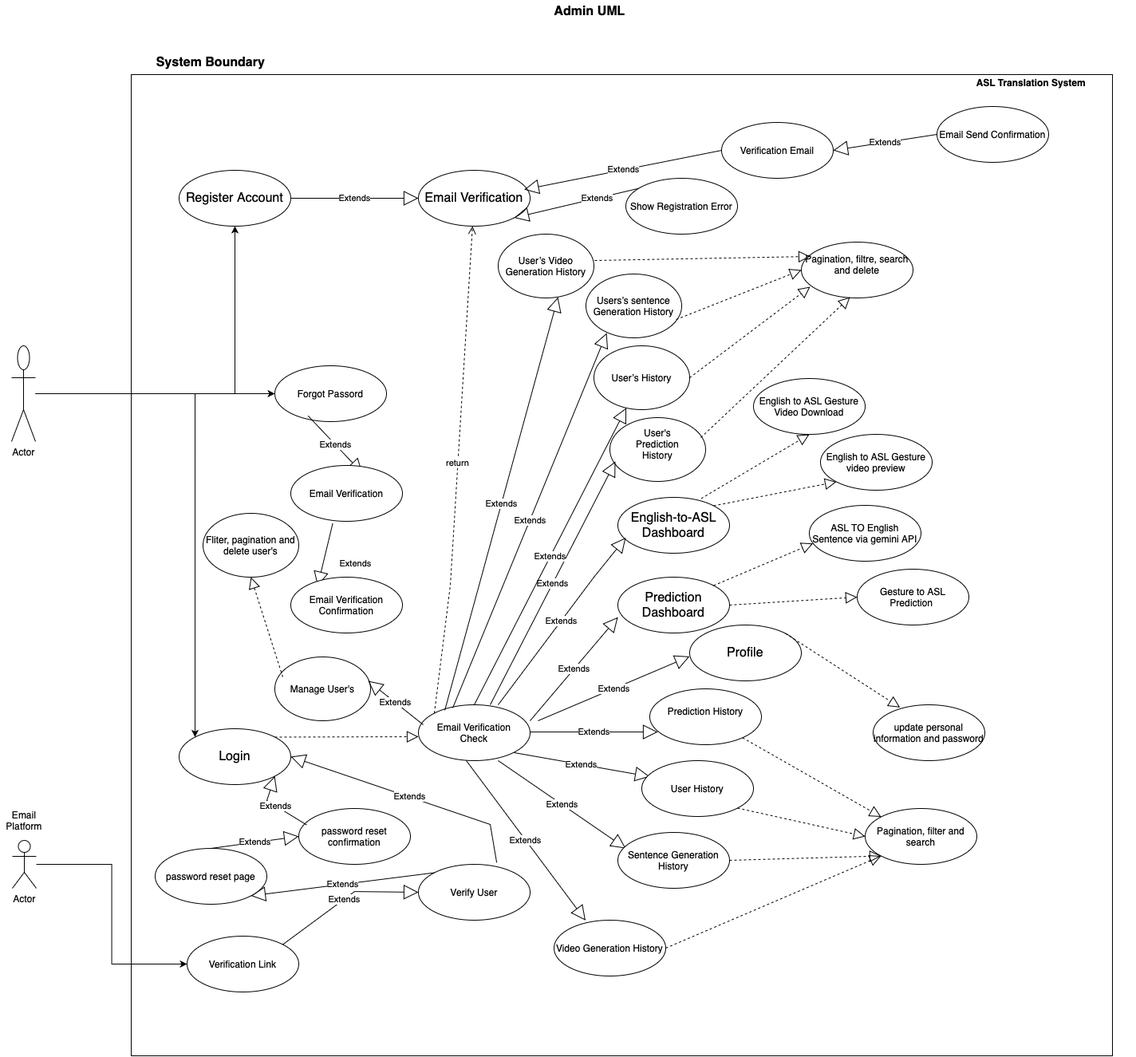
Above: Use Case Diagram/asl_admin_use_case.png in bsameer12/Production_Project_Final_Year (draw.io), before the change. Source tidied: cells renumbered, new cells last; positions are measured from the earlier drawing's top-left corner, leaving out a move shared by most shapes.
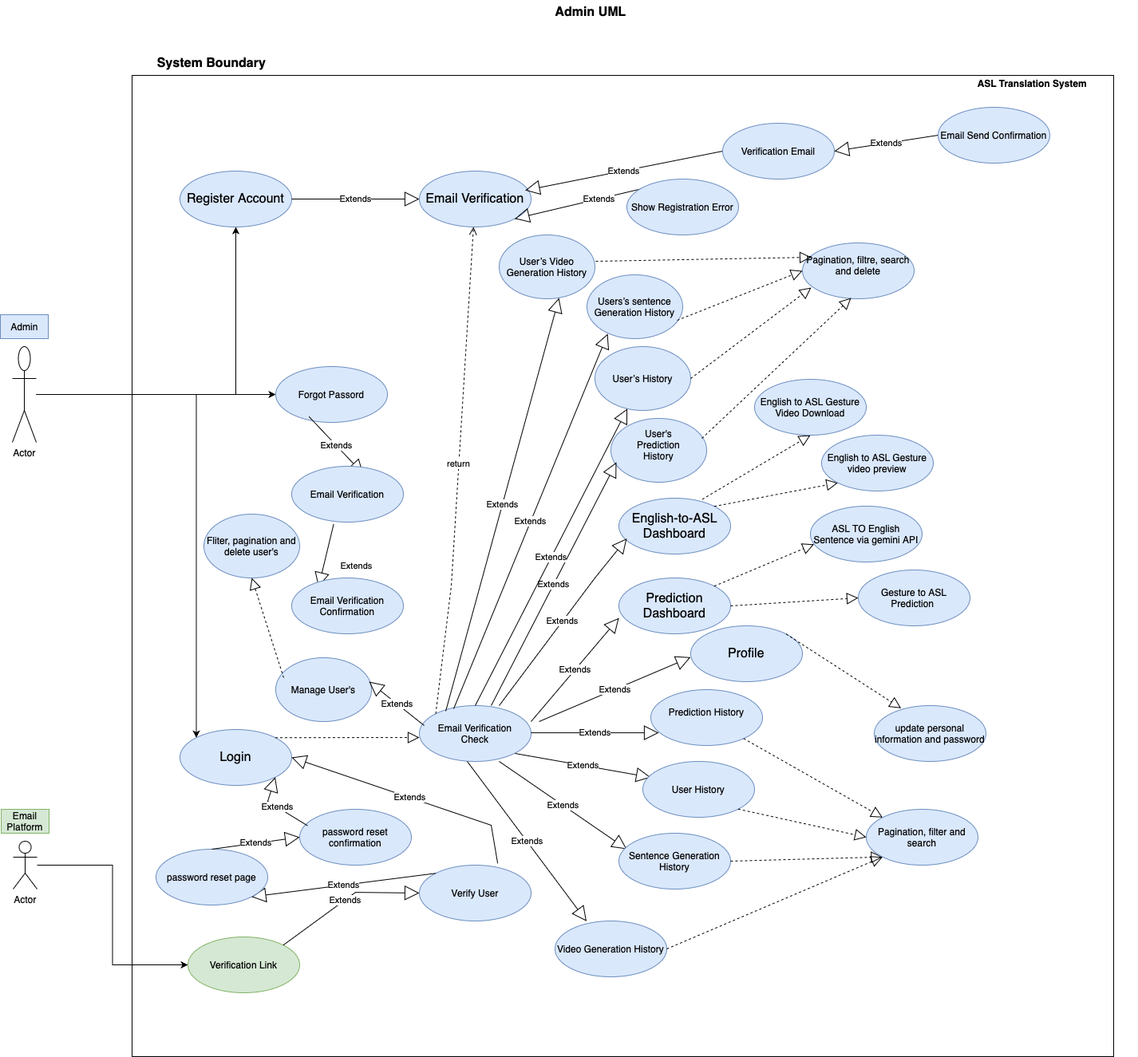
The same diagram one commit later.

Commit message:
feat(diagram): added overall use case diagram for system interaction

Diff of the diagram source:
```diff
@@ -28,6 +28,6 @@
     </mxCell>
-    <mxCell id="10" value="&lt;span style=&quot;text-align: start; font-size: medium;&quot;&gt;Register Account&lt;/span&gt;" style="ellipse;whiteSpace=wrap;html=1;" parent="1" vertex="1">
+    <mxCell id="10" value="&lt;span style=&quot;text-align: start; font-size: medium;&quot;&gt;Register Account&lt;/span&gt;" style="ellipse;whiteSpace=wrap;html=1;fillColor=#dae8fc;strokeColor=#6c8ebf;" parent="1" vertex="1">
       <mxGeometry x="224" y="214" width="140" height="70" as="geometry" />
     </mxCell>
-    <mxCell id="11" value="&lt;span style=&quot;text-align: start; font-size: medium;&quot;&gt;Login&lt;/span&gt;" style="ellipse;whiteSpace=wrap;html=1;" parent="1" vertex="1">
+    <mxCell id="11" value="&lt;span style=&quot;text-align: start; font-size: medium;&quot;&gt;Login&lt;/span&gt;" style="ellipse;whiteSpace=wrap;html=1;fillColor=#dae8fc;strokeColor=#6c8ebf;" parent="1" vertex="1">
       <mxGeometry x="224" y="914" width="140" height="70" as="geometry" />
@@ -37,3 +37,3 @@
     </mxCell>
-    <mxCell id="13" value="&lt;span style=&quot;text-align: start; font-size: medium;&quot;&gt;Email Verification&lt;/span&gt;" style="ellipse;whiteSpace=wrap;html=1;" parent="1" vertex="1">
+    <mxCell id="13" value="&lt;span style=&quot;text-align: start; font-size: medium;&quot;&gt;Email Verification&lt;/span&gt;" style="ellipse;whiteSpace=wrap;html=1;fillColor=#dae8fc;strokeColor=#6c8ebf;" parent="1" vertex="1">
       <mxGeometry x="524" y="214" width="140" height="70" as="geometry" />
@@ -43,3 +43,3 @@
     </mxCell>
-    <mxCell id="15" value="Verification Email" style="ellipse;whiteSpace=wrap;html=1;" parent="1" vertex="1">
+    <mxCell id="15" value="Verification Email" style="ellipse;whiteSpace=wrap;html=1;fillColor=#dae8fc;strokeColor=#6c8ebf;" parent="1" vertex="1">
       <mxGeometry x="904" y="154" width="140" height="70" as="geometry" />
@@ -49,3 +49,3 @@
     </mxCell>
-    <mxCell id="17" value="Show Registration Error" style="ellipse;whiteSpace=wrap;html=1;" parent="1" vertex="1">
+    <mxCell id="17" value="Show Registration Error" style="ellipse;whiteSpace=wrap;html=1;fillColor=#dae8fc;strokeColor=#6c8ebf;" parent="1" vertex="1">
       <mxGeometry x="784" y="224" width="140" height="70" as="geometry" />
@@ -55,3 +55,3 @@
     </mxCell>
-    <mxCell id="19" value="Email Send Confirmation" style="ellipse;whiteSpace=wrap;html=1;" parent="1" vertex="1">
+    <mxCell id="19" value="Email Send Confirmation" style="ellipse;whiteSpace=wrap;html=1;fillColor=#dae8fc;strokeColor=#6c8ebf;" parent="1" vertex="1">
       <mxGeometry x="1174" y="134" width="140" height="70" as="geometry" />
@@ -64,6 +64,6 @@
     </mxCell>
-    <mxCell id="22" value="Email Platform" style="text;html=1;align=center;verticalAlign=middle;whiteSpace=wrap;rounded=0;" parent="1" vertex="1">
+    <mxCell id="22" value="Email Platform" style="text;html=1;align=center;verticalAlign=middle;whiteSpace=wrap;rounded=0;fillColor=#d5e8d4;strokeColor=#82b366;" parent="1" vertex="1">
       <mxGeometry y="1014" width="60" height="30" as="geometry" />
     </mxCell>
-    <mxCell id="23" value="Verification Link" style="ellipse;whiteSpace=wrap;html=1;" parent="1" vertex="1">
+    <mxCell id="23" value="Verification Link" style="ellipse;whiteSpace=wrap;html=1;fillColor=#d5e8d4;strokeColor=#82b366;" parent="1" vertex="1">
       <mxGeometry x="234" y="1174" width="140" height="70" as="geometry" />
@@ -77,3 +77,3 @@
     </mxCell>
-    <mxCell id="25" value="Verify User" style="ellipse;whiteSpace=wrap;html=1;" parent="1" vertex="1">
+    <mxCell id="25" value="Verify User" style="ellipse;whiteSpace=wrap;html=1;fillColor=#dae8fc;strokeColor=#6c8ebf;" parent="1" vertex="1">
       <mxGeometry x="524" y="1084" width="140" height="70" as="geometry" />
@@ -92,3 +92,3 @@
     </mxCell>
-    <mxCell id="28" value="Email Verification&lt;div&gt;Check&lt;/div&gt;" style="ellipse;whiteSpace=wrap;html=1;" parent="1" vertex="1">
+    <mxCell id="28" value="Email Verification&lt;div&gt;Check&lt;/div&gt;" style="ellipse;whiteSpace=wrap;html=1;fillColor=#dae8fc;strokeColor=#6c8ebf;" parent="1" vertex="1">
       <mxGeometry x="524" y="884" width="140" height="70" as="geometry" />
@@ -108,3 +108,3 @@
     </mxCell>
-    <mxCell id="31" value="&lt;span style=&quot;text-align: start; font-size: medium;&quot;&gt;Profile&lt;/span&gt;" style="ellipse;whiteSpace=wrap;html=1;" parent="1" vertex="1">
+    <mxCell id="31" value="&lt;span style=&quot;text-align: start; font-size: medium;&quot;&gt;Profile&lt;/span&gt;" style="ellipse;whiteSpace=wrap;html=1;fillColor=#dae8fc;strokeColor=#6c8ebf;" parent="1" vertex="1">
       <mxGeometry x="864" y="784" width="140" height="70" as="geometry" />
@@ -116,3 +116,3 @@
     </mxCell>
-    <mxCell id="33" value="&lt;div style=&quot;&quot;&gt;&lt;font size=&quot;3&quot;&gt;Prediction Dashboard&lt;/font&gt;&lt;/div&gt;" style="ellipse;whiteSpace=wrap;html=1;align=center;" parent="1" vertex="1">
+    <mxCell id="33" value="&lt;div style=&quot;&quot;&gt;&lt;font size=&quot;3&quot;&gt;Prediction Dashboard&lt;/font&gt;&lt;/div&gt;" style="ellipse;whiteSpace=wrap;html=1;align=center;fillColor=#dae8fc;strokeColor=#6c8ebf;" parent="1" vertex="1">
       <mxGeometry x="774" y="724" width="140" height="70" as="geometry" />
@@ -125,3 +125,3 @@
     </mxCell>
-    <mxCell id="35" value="&lt;span style=&quot;font-size: medium;&quot;&gt;English-to-ASL Dashboard&lt;/span&gt;" style="ellipse;whiteSpace=wrap;html=1;align=center;" parent="1" vertex="1">
+    <mxCell id="35" value="&lt;span style=&quot;font-size: medium;&quot;&gt;English-to-ASL Dashboard&lt;/span&gt;" style="ellipse;whiteSpace=wrap;html=1;align=center;fillColor=#dae8fc;strokeColor=#6c8ebf;" parent="1" vertex="1">
       <mxGeometry x="774" y="624" width="140" height="70" as="geometry" />
@@ -133,3 +133,3 @@
     </mxCell>
-    <mxCell id="37" value="Prediction History&lt;div&gt;&lt;br&gt;&lt;/div&gt;" style="ellipse;whiteSpace=wrap;html=1;" parent="1" vertex="1">
+    <mxCell id="37" value="Prediction History&lt;div&gt;&lt;br&gt;&lt;/div&gt;" style="ellipse;whiteSpace=wrap;html=1;fillColor=#dae8fc;strokeColor=#6c8ebf;" parent="1" vertex="1">
       <mxGeometry x="814" y="864" width="140" height="70" as="geometry" />
@@ -144,3 +144,3 @@
     </mxCell>
-    <mxCell id="39" value="User History" style="ellipse;whiteSpace=wrap;html=1;" parent="1" vertex="1">
+    <mxCell id="39" value="User History" style="ellipse;whiteSpace=wrap;html=1;fillColor=#dae8fc;strokeColor=#6c8ebf;" parent="1" vertex="1">
       <mxGeometry x="804" y="954" width="140" height="70" as="geometry" />
@@ -153,3 +153,3 @@
     </mxCell>
-    <mxCell id="41" value="Sentence Generation History" style="ellipse;whiteSpace=wrap;html=1;" parent="1" vertex="1">
+    <mxCell id="41" value="Sentence Generation History" style="ellipse;whiteSpace=wrap;html=1;fillColor=#dae8fc;strokeColor=#6c8ebf;" parent="1" vertex="1">
       <mxGeometry x="774" y="1044" width="140" height="70" as="geometry" />
@@ -161,3 +161,3 @@
     </mxCell>
-    <mxCell id="43" value="Video Generation History" style="ellipse;whiteSpace=wrap;html=1;" parent="1" vertex="1">
+    <mxCell id="43" value="Video Generation History" style="ellipse;whiteSpace=wrap;html=1;fillColor=#dae8fc;strokeColor=#6c8ebf;" parent="1" vertex="1">
       <mxGeometry x="694" y="1154" width="140" height="70" as="geometry" />
@@ -176,3 +176,3 @@
     </mxCell>
-    <mxCell id="48" value="Pagination, filter and search" style="ellipse;whiteSpace=wrap;html=1;" parent="1" vertex="1">
+    <mxCell id="48" value="Pagination, filter and search" style="ellipse;whiteSpace=wrap;html=1;fillColor=#dae8fc;strokeColor=#6c8ebf;" parent="1" vertex="1">
       <mxGeometry x="1084" y="1014" width="140" height="70" as="geometry" />
@@ -182,3 +182,3 @@
     </mxCell>
-    <mxCell id="50" value="update personal information and password" style="ellipse;whiteSpace=wrap;html=1;" parent="1" vertex="1">
+    <mxCell id="50" value="update personal information and password" style="ellipse;whiteSpace=wrap;html=1;fillColor=#dae8fc;strokeColor=#6c8ebf;" parent="1" vertex="1">
       <mxGeometry x="1094" y="884" width="140" height="70" as="geometry" />
@@ -188,3 +188,3 @@
     </mxCell>
-    <mxCell id="52" value="Gesture to ASL Prediction&amp;nbsp;" style="ellipse;whiteSpace=wrap;html=1;" parent="1" vertex="1">
+    <mxCell id="52" value="Gesture to ASL Prediction&amp;nbsp;" style="ellipse;whiteSpace=wrap;html=1;fillColor=#dae8fc;strokeColor=#6c8ebf;" parent="1" vertex="1">
       <mxGeometry x="1074" y="714" width="140" height="70" as="geometry" />
@@ -194,3 +194,3 @@
     </mxCell>
-    <mxCell id="54" value="ASL TO English Sentence via gemini API" style="ellipse;whiteSpace=wrap;html=1;" parent="1" vertex="1">
+    <mxCell id="54" value="ASL TO English Sentence via gemini API" style="ellipse;whiteSpace=wrap;html=1;fillColor=#dae8fc;strokeColor=#6c8ebf;" parent="1" vertex="1">
       <mxGeometry x="1014" y="634" width="140" height="70" as="geometry" />
@@ -200,3 +200,3 @@
     </mxCell>
-    <mxCell id="56" value="English to ASL Gesture video preview" style="ellipse;whiteSpace=wrap;html=1;" parent="1" vertex="1">
+    <mxCell id="56" value="English to ASL Gesture video preview" style="ellipse;whiteSpace=wrap;html=1;fillColor=#dae8fc;strokeColor=#6c8ebf;" parent="1" vertex="1">
       <mxGeometry x="1028" y="545" width="140" height="70" as="geometry" />
@@ -206,6 +206,6 @@
     </mxCell>
-    <mxCell id="58" value="English to ASL Gesture Video Download" style="ellipse;whiteSpace=wrap;html=1;" parent="1" vertex="1">
+    <mxCell id="58" value="English to ASL Gesture Video Download" style="ellipse;whiteSpace=wrap;html=1;fillColor=#dae8fc;strokeColor=#6c8ebf;" parent="1" vertex="1">
       <mxGeometry x="944" y="475" width="140" height="70" as="geometry" />
     </mxCell>
-    <mxCell id="59" value="Forgot Passord" style="ellipse;whiteSpace=wrap;html=1;" parent="1" vertex="1">
+    <mxCell id="59" value="Forgot Passord" style="ellipse;whiteSpace=wrap;html=1;fillColor=#dae8fc;strokeColor=#6c8ebf;" parent="1" vertex="1">
       <mxGeometry x="344" y="459" width="140" height="70" as="geometry" />
@@ -215,3 +215,3 @@
     </mxCell>
-    <mxCell id="61" value="Email Verification" style="ellipse;whiteSpace=wrap;html=1;" parent="1" vertex="1">
+    <mxCell id="61" value="Email Verification" style="ellipse;whiteSpace=wrap;html=1;fillColor=#dae8fc;strokeColor=#6c8ebf;" parent="1" vertex="1">
       <mxGeometry x="364" y="584" width="140" height="70" as="geometry" />
@@ -221,3 +221,3 @@
     </mxCell>
-    <mxCell id="63" value="Email Verification Confirmation" style="ellipse;whiteSpace=wrap;html=1;" parent="1" vertex="1">
+    <mxCell id="63" value="Email Verification Confirmation" style="ellipse;whiteSpace=wrap;html=1;fillColor=#dae8fc;strokeColor=#6c8ebf;" parent="1" vertex="1">
       <mxGeometry x="364" y="724" width="140" height="70" as="geometry" />
@@ -227,3 +227,3 @@
     </mxCell>
-    <mxCell id="65" value="password reset page" style="ellipse;whiteSpace=wrap;html=1;" parent="1" vertex="1">
+    <mxCell id="65" value="password reset page" style="ellipse;whiteSpace=wrap;html=1;fillColor=#dae8fc;strokeColor=#6c8ebf;" parent="1" vertex="1">
       <mxGeometry x="194" y="1064" width="140" height="70" as="geometry" />
@@ -233,3 +233,3 @@
     </mxCell>
-    <mxCell id="67" value="password reset confirmation" style="ellipse;whiteSpace=wrap;html=1;" parent="1" vertex="1">
+    <mxCell id="67" value="password reset confirmation" style="ellipse;whiteSpace=wrap;html=1;fillColor=#dae8fc;strokeColor=#6c8ebf;" parent="1" vertex="1">
       <mxGeometry x="374" y="1014" width="140" height="70" as="geometry" />
@@ -243,3 +243,3 @@
     </mxCell>
-    <mxCell id="69" style="ellipse;whiteSpace=wrap;html=1;" parent="1" vertex="1">
+    <mxCell id="69" style="ellipse;whiteSpace=wrap;html=1;fillColor=#dae8fc;strokeColor=#6c8ebf;" parent="1" vertex="1">
       <mxGeometry x="764" y="524" width="120" height="80" as="geometry" />
@@ -252,3 +252,3 @@
     </mxCell>
-    <mxCell id="72" value="User’s History" style="ellipse;whiteSpace=wrap;html=1;" parent="1" vertex="1">
+    <mxCell id="72" value="User’s History" style="ellipse;whiteSpace=wrap;html=1;fillColor=#dae8fc;strokeColor=#6c8ebf;" parent="1" vertex="1">
       <mxGeometry x="744" y="434" width="120" height="80" as="geometry" />
@@ -258,3 +258,3 @@
     </mxCell>
-    <mxCell id="74" value="Users’s sentence Generation History" style="ellipse;whiteSpace=wrap;html=1;" parent="1" vertex="1">
+    <mxCell id="74" value="Users’s sentence Generation History" style="ellipse;whiteSpace=wrap;html=1;fillColor=#dae8fc;strokeColor=#6c8ebf;" parent="1" vertex="1">
       <mxGeometry x="734" y="344" width="120" height="80" as="geometry" />
@@ -264,3 +264,3 @@
     </mxCell>
-    <mxCell id="76" value="User’s Video Generation History" style="ellipse;whiteSpace=wrap;html=1;" parent="1" vertex="1">
+    <mxCell id="76" value="User’s Video Generation History" style="ellipse;whiteSpace=wrap;html=1;fillColor=#dae8fc;strokeColor=#6c8ebf;" parent="1" vertex="1">
       <mxGeometry x="624" y="294" width="120" height="80" as="geometry" />
@@ -270,3 +270,3 @@
     </mxCell>
-    <mxCell id="78" value="Pagination, filtre, search and delete&lt;div&gt;&lt;br&gt;&lt;/div&gt;" style="ellipse;whiteSpace=wrap;html=1;" parent="1" vertex="1">
+    <mxCell id="78" value="Pagination, filtre, search and delete&lt;div&gt;&lt;br&gt;&lt;/div&gt;" style="ellipse;whiteSpace=wrap;html=1;fillColor=#dae8fc;strokeColor=#6c8ebf;" parent="1" vertex="1">
       <mxGeometry x="1004" y="304" width="140" height="70" as="geometry" />
@@ -285,3 +285,3 @@
     </mxCell>
-    <mxCell id="83" value="Manage User's" style="ellipse;whiteSpace=wrap;html=1;" parent="1" vertex="1">
+    <mxCell id="83" value="Manage User's" style="ellipse;whiteSpace=wrap;html=1;fillColor=#dae8fc;strokeColor=#6c8ebf;" parent="1" vertex="1">
       <mxGeometry x="344" y="824" width="120" height="80" as="geometry" />
@@ -291,3 +291,3 @@
     </mxCell>
-    <mxCell id="85" value="Fliter, pagination and delete user's" style="ellipse;whiteSpace=wrap;html=1;" parent="1" vertex="1">
+    <mxCell id="85" value="Fliter, pagination and delete user's" style="ellipse;whiteSpace=wrap;html=1;fillColor=#dae8fc;strokeColor=#6c8ebf;" parent="1" vertex="1">
       <mxGeometry x="254" y="644" width="120" height="80" as="geometry" />
@@ -297,2 +297,5 @@
     </mxCell>
+    <mxCell id="87" value="Admin" style="text;html=1;align=center;verticalAlign=middle;strokeColor=#6c8ebf;fillColor=#dae8fc;" parent="1" vertex="1">
+      <mxGeometry x="-1" y="394" width="60" height="30" as="geometry" />
+    </mxCell>
   </root>
```
